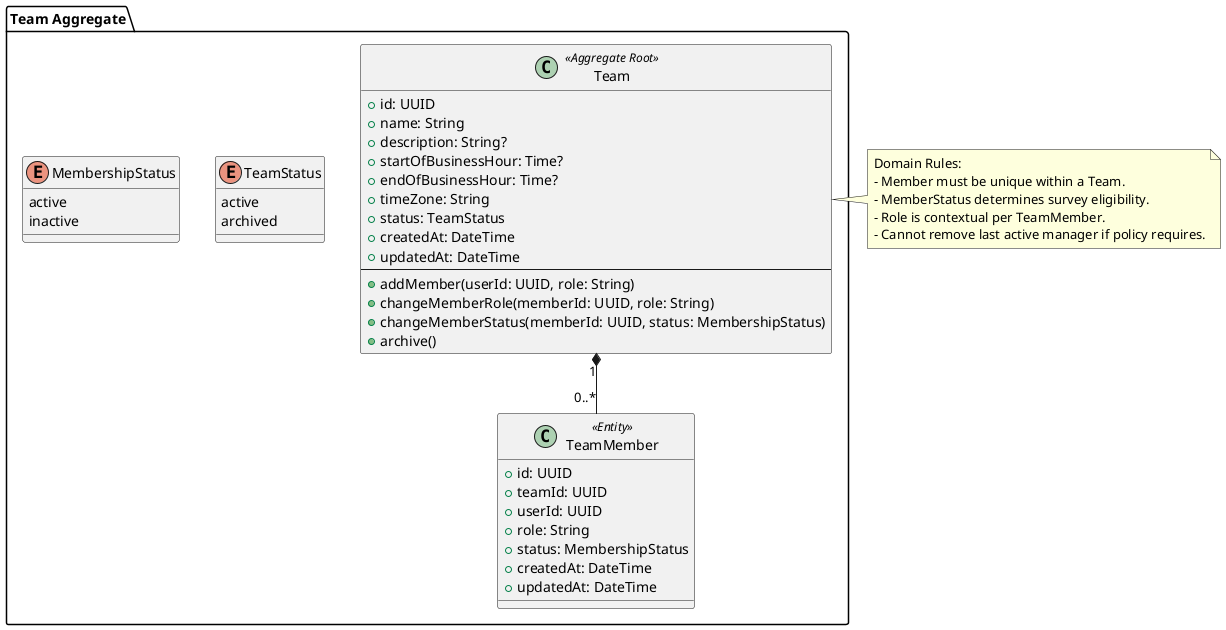
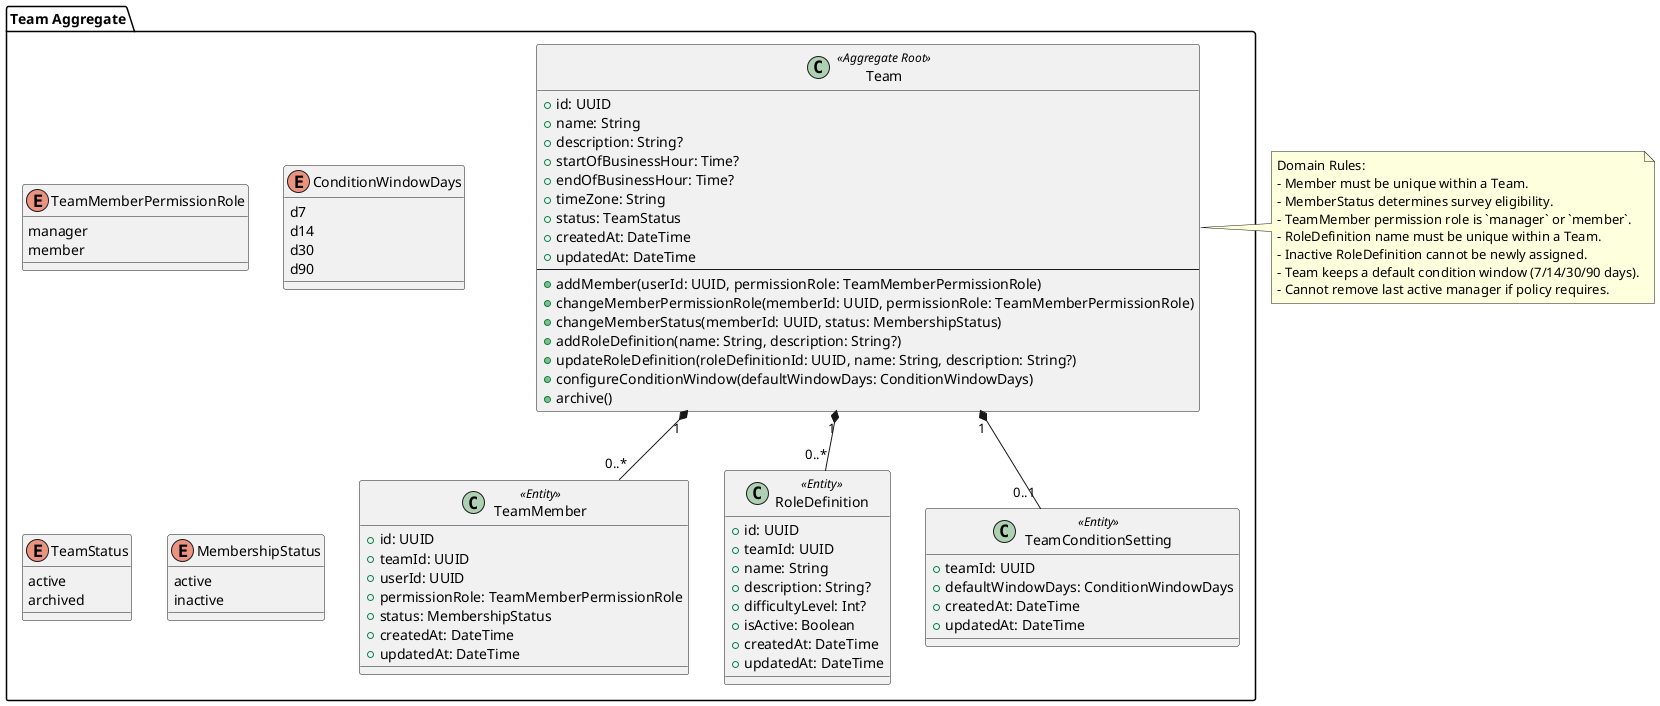
@startuml
package "Team Aggregate" {

  class Team <<Aggregate Root>> {
    +id: UUID
    +name: String
    +description: String?
    +startOfBusinessHour: Time?
    +endOfBusinessHour: Time?
    +timeZone: String
    +status: TeamStatus
    +createdAt: DateTime
    +updatedAt: DateTime
    --
-     +addMember(userId: UUID, role: String)
-     +changeMemberRole(memberId: UUID, role: String)
+     +addMember(userId: UUID, permissionRole: TeamMemberPermissionRole)
+     +changeMemberPermissionRole(memberId: UUID, permissionRole: TeamMemberPermissionRole)
    +changeMemberStatus(memberId: UUID, status: MembershipStatus)
+     +addRoleDefinition(name: String, description: String?)
+     +updateRoleDefinition(roleDefinitionId: UUID, name: String, description: String?)
+     +configureConditionWindow(defaultWindowDays: ConditionWindowDays)
    +archive()
  }

  class TeamMember <<Entity>> {
    +id: UUID
    +teamId: UUID
    +userId: UUID
-     +role: String
+     +permissionRole: TeamMemberPermissionRole
    +status: MembershipStatus
    +createdAt: DateTime
    +updatedAt: DateTime
+   }
+ 
+   class RoleDefinition <<Entity>> {
+     +id: UUID
+     +teamId: UUID
+     +name: String
+     +description: String?
+     +difficultyLevel: Int?
+     +isActive: Boolean
+     +createdAt: DateTime
+     +updatedAt: DateTime
+   }
+ 
+   class TeamConditionSetting <<Entity>> {
+     +teamId: UUID
+     +defaultWindowDays: ConditionWindowDays
+     +createdAt: DateTime
+     +updatedAt: DateTime
+   }
+ 
+   enum TeamMemberPermissionRole {
+     manager
+     member
+   }
+ 
+   enum ConditionWindowDays {
+     d7
+     d14
+     d30
+     d90
  }

  enum TeamStatus {
    active
    archived
  }

  enum MembershipStatus {
    active
    inactive
  }

  Team "1" *-- "0..*" TeamMember
+   Team "1" *-- "0..*" RoleDefinition
+   Team "1" *-- "0..1" TeamConditionSetting
}

note right of Team
Domain Rules:
- Member must be unique within a Team.
- MemberStatus determines survey eligibility.
- - Role is contextual per TeamMember.
+ - TeamMember permission role is `manager` or `member`.
+ - RoleDefinition name must be unique within a Team.
+ - Inactive RoleDefinition cannot be newly assigned.
+ - Team keeps a default condition window (7/14/30/90 days).
- Cannot remove last active manager if policy requires.
end note

@enduml